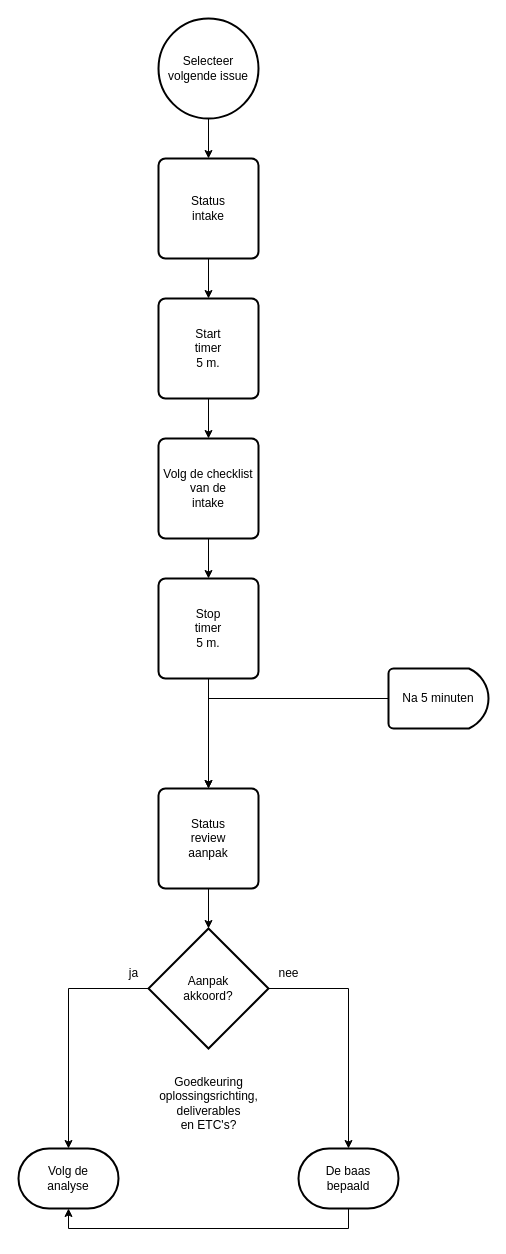
The draw.io diagram 1 Issue Tracker intake.drawio in Zaibatsu89/IssueTracker, before the edit. Source tidied: cells renumbered, new cells numbered last; positions are measured from the earlier drawing's top-left corner, leaving out a move shared by most shapes. Both pictures are drawn from the tidied source at 100%, with x=0, y=0 at pixel (18, 18).
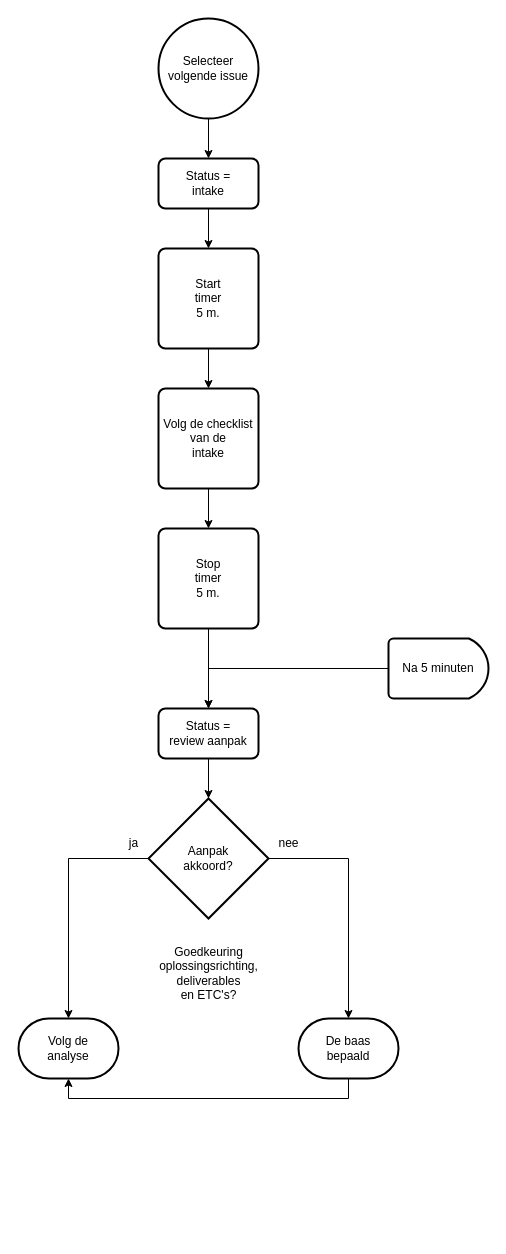
After the change.

Commit message (it also covers changes not shown here):
Vervang “Status {naam Jira-status}” door “Status = {naam Jira-status}”-actie in flowcharts

The edit, as a diff of the source:
```diff
@@
     <mxCell id="5" value="Volg de checklist&lt;br&gt;van de&lt;br&gt;intake" style="rounded=1;whiteSpace=wrap;html=1;absoluteArcSize=1;arcSize=14;strokeWidth=2;" parent="1" vertex="1">
-      <mxGeometry x="140" y="420" width="100" height="100" as="geometry" />
+      <mxGeometry x="140" y="370" width="100" height="100" as="geometry" />
     </mxCell>
     <mxCell id="6" value="nee" style="text;html=1;align=center;verticalAlign=middle;strokeColor=none;fillColor=none;" parent="1" vertex="1">
-      <mxGeometry x="250" y="940" width="40" height="30" as="geometry" />
+      <mxGeometry x="250" y="810" width="40" height="30" as="geometry" />
     </mxCell>
@@
     <mxCell id="8" value="Start&lt;br&gt;timer&lt;br&gt;5 m." style="rounded=1;whiteSpace=wrap;html=1;absoluteArcSize=1;arcSize=14;strokeWidth=2;" parent="1" vertex="1">
-      <mxGeometry x="140" y="280" width="100" height="100" as="geometry" />
+      <mxGeometry x="140" y="230" width="100" height="100" as="geometry" />
     </mxCell>
@@
     <mxCell id="10" value="Stop&lt;br&gt;timer&lt;br&gt;5 m." style="rounded=1;whiteSpace=wrap;html=1;absoluteArcSize=1;arcSize=14;strokeWidth=2;" parent="1" vertex="1">
-      <mxGeometry x="140" y="560" width="100" height="100" as="geometry" />
+      <mxGeometry x="140" y="510" width="100" height="100" as="geometry" />
     </mxCell>
     <mxCell id="11" value="Aanpak&lt;br&gt;akkoord?" style="strokeWidth=2;html=1;shape=mxgraph.flowchart.decision;whiteSpace=wrap;" parent="1" vertex="1">
-      <mxGeometry x="130" y="910" width="120" height="120" as="geometry" />
+      <mxGeometry x="130" y="780" width="120" height="120" as="geometry" />
     </mxCell>
     <mxCell id="12" value="ja" style="text;html=1;align=center;verticalAlign=middle;strokeColor=none;fillColor=none;" parent="1" vertex="1">
-      <mxGeometry x="100" y="940" width="30" height="30" as="geometry" />
+      <mxGeometry x="100" y="810" width="30" height="30" as="geometry" />
     </mxCell>
@@
     <mxCell id="15" value="Na 5 minuten" style="strokeWidth=2;html=1;shape=mxgraph.flowchart.delay;whiteSpace=wrap;" parent="1" vertex="1">
-      <mxGeometry x="370" y="650" width="100" height="60" as="geometry" />
+      <mxGeometry x="370" y="620" width="100" height="60" as="geometry" />
     </mxCell>
     <mxCell id="16" value="Goedkeuring&lt;br&gt;oplossingsrichting,&lt;br&gt;deliverables&lt;br&gt;en ETC's?" style="text;html=1;align=center;verticalAlign=middle;strokeColor=none;fillColor=none;" parent="1" vertex="1">
-      <mxGeometry x="130" y="1050" width="120" height="70" as="geometry" />
+      <mxGeometry x="130" y="920" width="120" height="70" as="geometry" />
     </mxCell>
     <mxCell id="17" value="Volg de&lt;br&gt;analyse" style="strokeWidth=2;html=1;shape=mxgraph.flowchart.terminator;whiteSpace=wrap;" parent="1" vertex="1">
-      <mxGeometry y="1130" width="100" height="60" as="geometry" />
+      <mxGeometry y="1000" width="100" height="60" as="geometry" />
     </mxCell>
     <mxCell id="18" value="De baas&lt;br&gt;bepaald" style="strokeWidth=2;html=1;shape=mxgraph.flowchart.terminator;whiteSpace=wrap;" parent="1" vertex="1">
-      <mxGeometry x="280" y="1130" width="100" height="60" as="geometry" />
+      <mxGeometry x="280" y="1000" width="100" height="60" as="geometry" />
     </mxCell>
     <mxCell id="19" style="edgeStyle=orthogonalEdgeStyle;rounded=0;jettySize=auto;html=1;entryX=0.5;entryY=0;entryDx=0;entryDy=0;entryPerimeter=0;exitX=1;exitY=0.5;exitDx=0;exitDy=0;exitPerimeter=0;" parent="1" edge="1" source="11" target="18">
       <mxGeometry relative="1" as="geometry">
         <Array as="points">
-          <mxPoint x="330" y="970" />
+          <mxPoint x="330" y="840" />
         </Array>
       </mxGeometry>
     </mxCell>
@@
-    <mxCell id="22" value="Status&lt;br&gt;review&lt;br&gt;aanpak" style="rounded=1;whiteSpace=wrap;html=1;absoluteArcSize=1;arcSize=14;strokeWidth=2;" parent="1" vertex="1">
-      <mxGeometry x="140" y="770" width="100" height="100" as="geometry" />
+    <mxCell id="22" value="Status =&lt;br&gt;review aanpak" style="rounded=1;whiteSpace=wrap;html=1;absoluteArcSize=1;arcSize=14;strokeWidth=2;" parent="1" vertex="1">
+      <mxGeometry x="140" y="690" width="100" height="50" as="geometry" />
     </mxCell>
@@
-    <mxCell id="25" value="Status&lt;br&gt;intake" style="rounded=1;whiteSpace=wrap;html=1;absoluteArcSize=1;arcSize=14;strokeWidth=2;" parent="1" vertex="1">
-      <mxGeometry x="140" y="140" width="100" height="100" as="geometry" />
+    <mxCell id="25" value="Status =&lt;br&gt;intake" style="rounded=1;whiteSpace=wrap;html=1;absoluteArcSize=1;arcSize=14;strokeWidth=2;" parent="1" vertex="1">
+      <mxGeometry x="140" y="140" width="100" height="50" as="geometry" />
     </mxCell>
```
